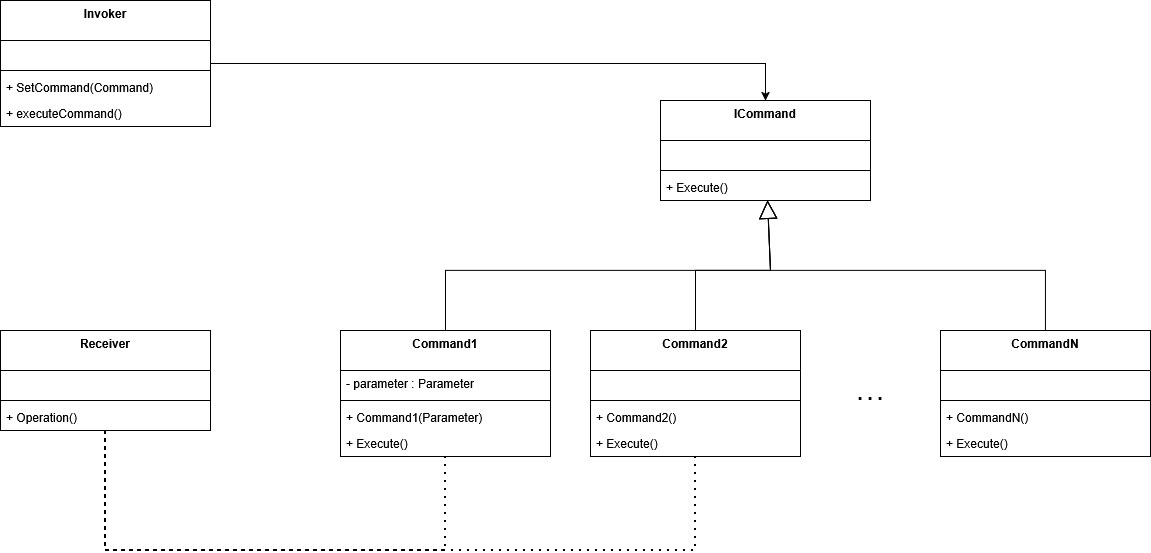
Earlier version of the draw.io export behaviour/resources/command_components.drawio.png (devgalop/design-patterns-csharp). Source tidied: cells renumbered, new cells last; positions are measured from the earlier drawing's top-left corner, leaving out a move shared by most shapes.
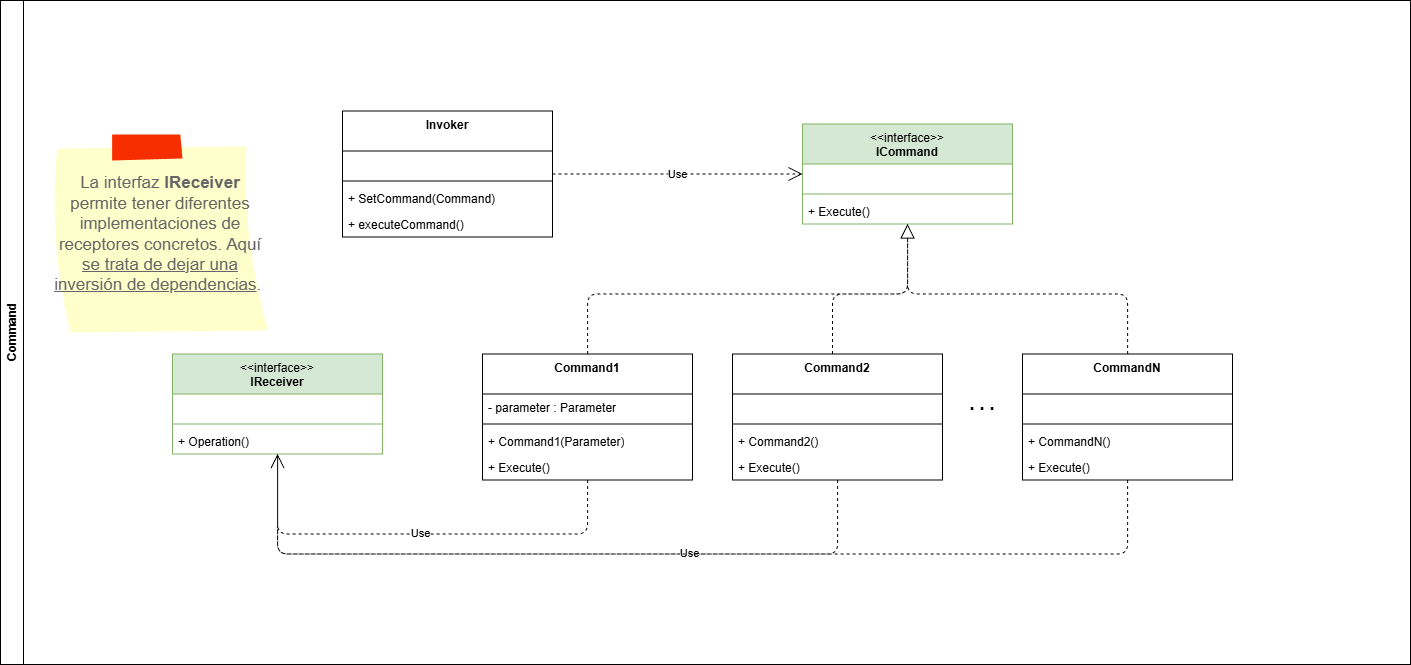
Above is the later version.

What changed in the source:
```diff
@@ -1,9 +1,12 @@
-<mxGraphModel>
+<mxGraphModel background="#ffffff">
   <root>
     <mxCell id="0" />
     <mxCell id="1" parent="0" />
+    <mxCell id="37" value="Command" style="swimlane;horizontal=0;whiteSpace=wrap;html=1;startSize=23;" parent="1" vertex="1">
+      <mxGeometry x="-400" y="-74" width="1410" height="664" as="geometry" />
+    </mxCell>
-    <mxCell id="2" value="Command1" style="swimlane;fontStyle=1;align=center;verticalAlign=top;horizontal=1;startSize=40;whiteSpace=wrap;html=1;" parent="1" vertex="1">
-      <mxGeometry x="340" y="330" width="210" height="126" as="geometry" />
+    <mxCell id="2" value="Command1" style="swimlane;fontStyle=1;align=center;verticalAlign=top;horizontal=1;startSize=40;whiteSpace=wrap;html=1;" parent="37" vertex="1">
+      <mxGeometry x="482" y="353.5" width="210" height="126" as="geometry" />
     </mxCell>
     <mxCell id="3" value="- parameter : Parameter" style="text;strokeColor=none;fillColor=none;align=left;verticalAlign=top;spacingLeft=4;spacingRight=4;overflow=hidden;whiteSpace=wrap;html=1;" parent="2" vertex="1">
       <mxGeometry y="40" width="210" height="26" as="geometry" />
@@ -17,8 +20,8 @@
     <mxCell id="6" value="&lt;div&gt;+ Execute()&lt;/div&gt;" style="text;strokeColor=none;fillColor=none;align=left;verticalAlign=top;spacingLeft=4;spacingRight=4;overflow=hidden;whiteSpace=wrap;html=1;" parent="2" vertex="1">
       <mxGeometry y="100" width="210" height="26" as="geometry" />
     </mxCell>
-    <mxCell id="7" value="ICommand" style="swimlane;fontStyle=1;align=center;verticalAlign=top;horizontal=1;startSize=40;whiteSpace=wrap;html=1;" parent="1" vertex="1">
-      <mxGeometry x="660" y="100" width="210" height="100" as="geometry" />
+    <mxCell id="7" value="&lt;span style=&quot;font-weight: normal;&quot;&gt;&amp;lt;&amp;lt;interface&amp;gt;&amp;gt;&lt;/span&gt;&lt;br&gt;ICommand" style="swimlane;fontStyle=1;align=center;verticalAlign=top;horizontal=1;startSize=40;whiteSpace=wrap;html=1;fillColor=#d5e8d4;strokeColor=#82b366;" parent="37" vertex="1">
+      <mxGeometry x="802" y="123.5" width="210" height="100" as="geometry" />
     </mxCell>
     <mxCell id="8" value="&amp;nbsp;" style="text;strokeColor=none;fillColor=none;align=left;verticalAlign=top;spacingLeft=4;spacingRight=4;overflow=hidden;whiteSpace=wrap;html=1;" parent="7" vertex="1">
       <mxGeometry y="40" width="210" height="26" as="geometry" />
@@ -29,24 +32,8 @@
     <mxCell id="10" value="+ Execute()" style="text;strokeColor=none;fillColor=none;align=left;verticalAlign=top;spacingLeft=4;spacingRight=4;overflow=hidden;whiteSpace=wrap;html=1;" parent="7" vertex="1">
       <mxGeometry y="74" width="210" height="26" as="geometry" />
     </mxCell>
-    <mxCell id="11" style="endArrow=block;endSize=16;endFill=0;html=1;rounded=0;" parent="1" edge="1" source="18" target="7">
-      <mxGeometry relative="1" as="geometry">
-        <Array as="points">
-          <mxPoint x="1045" y="270" />
-          <mxPoint x="770" y="270" />
-        </Array>
-      </mxGeometry>
-    </mxCell>
-    <mxCell id="12" style="endArrow=block;endSize=16;endFill=0;html=1;rounded=0;" parent="1" edge="1" source="2" target="7">
-      <mxGeometry relative="1" as="geometry">
-        <Array as="points">
-          <mxPoint x="445" y="270" />
-          <mxPoint x="770" y="270" />
-        </Array>
-      </mxGeometry>
-    </mxCell>
-    <mxCell id="13" value="Command2" style="swimlane;fontStyle=1;align=center;verticalAlign=top;horizontal=1;startSize=40;whiteSpace=wrap;html=1;" parent="1" vertex="1">
-      <mxGeometry x="590" y="330" width="210" height="126" as="geometry" />
+    <mxCell id="13" value="Command2" style="swimlane;fontStyle=1;align=center;verticalAlign=top;horizontal=1;startSize=40;whiteSpace=wrap;html=1;" parent="37" vertex="1">
+      <mxGeometry x="732" y="353.5" width="210" height="126" as="geometry" />
     </mxCell>
     <mxCell id="14" value="&amp;nbsp;" style="text;strokeColor=none;fillColor=none;align=left;verticalAlign=top;spacingLeft=4;spacingRight=4;overflow=hidden;whiteSpace=wrap;html=1;" parent="13" vertex="1">
       <mxGeometry y="40" width="210" height="26" as="geometry" />
@@ -60,8 +47,8 @@
     <mxCell id="17" value="&lt;div&gt;+ Execute()&lt;/div&gt;" style="text;strokeColor=none;fillColor=none;align=left;verticalAlign=top;spacingLeft=4;spacingRight=4;overflow=hidden;whiteSpace=wrap;html=1;" parent="13" vertex="1">
       <mxGeometry y="100" width="210" height="26" as="geometry" />
     </mxCell>
-    <mxCell id="18" value="CommandN" style="swimlane;fontStyle=1;align=center;verticalAlign=top;horizontal=1;startSize=40;whiteSpace=wrap;html=1;" parent="1" vertex="1">
-      <mxGeometry x="940" y="330" width="210" height="126" as="geometry" />
+    <mxCell id="18" value="CommandN" style="swimlane;fontStyle=1;align=center;verticalAlign=top;horizontal=1;startSize=40;whiteSpace=wrap;html=1;" parent="37" vertex="1">
+      <mxGeometry x="1022" y="353.5" width="210" height="126" as="geometry" />
     </mxCell>
     <mxCell id="19" value="&amp;nbsp;" style="text;strokeColor=none;fillColor=none;align=left;verticalAlign=top;spacingLeft=4;spacingRight=4;overflow=hidden;whiteSpace=wrap;html=1;" parent="18" vertex="1">
       <mxGeometry y="40" width="210" height="26" as="geometry" />
@@ -75,19 +62,11 @@
     <mxCell id="22" value="&lt;div&gt;+ Execute()&lt;/div&gt;" style="text;strokeColor=none;fillColor=none;align=left;verticalAlign=top;spacingLeft=4;spacingRight=4;overflow=hidden;whiteSpace=wrap;html=1;" parent="18" vertex="1">
       <mxGeometry y="100" width="210" height="26" as="geometry" />
     </mxCell>
-    <mxCell id="23" style="endArrow=block;endSize=16;endFill=0;html=1;rounded=0;" parent="1" edge="1" source="13" target="7">
-      <mxGeometry relative="1" as="geometry">
-        <Array as="points">
-          <mxPoint x="695" y="270" />
-          <mxPoint x="770" y="270" />
-        </Array>
-      </mxGeometry>
-    </mxCell>
-    <mxCell id="24" value="&lt;b&gt;&lt;font style=&quot;font-size: 18px;&quot;&gt;. . .&lt;/font&gt;&lt;/b&gt;" style="text;html=1;whiteSpace=wrap;strokeColor=none;fillColor=none;align=center;verticalAlign=middle;rounded=0;" parent="1" vertex="1">
-      <mxGeometry x="840" y="378" width="60" height="30" as="geometry" />
+    <mxCell id="24" value="&lt;b&gt;&lt;font style=&quot;font-size: 18px;&quot;&gt;. . .&lt;/font&gt;&lt;/b&gt;" style="text;html=1;whiteSpace=wrap;strokeColor=none;fillColor=none;align=center;verticalAlign=middle;rounded=0;" parent="37" vertex="1">
+      <mxGeometry x="952" y="388.5" width="60" height="30" as="geometry" />
     </mxCell>
-    <mxCell id="25" value="Invoker" style="swimlane;fontStyle=1;align=center;verticalAlign=top;horizontal=1;startSize=40;whiteSpace=wrap;html=1;" parent="1" vertex="1">
-      <mxGeometry width="210" height="126" as="geometry" />
+    <mxCell id="25" value="Invoker" style="swimlane;fontStyle=1;align=center;verticalAlign=top;horizontal=1;startSize=40;whiteSpace=wrap;html=1;" parent="37" vertex="1">
+      <mxGeometry x="342" y="110.5" width="210" height="126" as="geometry" />
     </mxCell>
     <mxCell id="26" value="&amp;nbsp;" style="text;strokeColor=none;fillColor=none;align=left;verticalAlign=top;spacingLeft=4;spacingRight=4;overflow=hidden;whiteSpace=wrap;html=1;" parent="25" vertex="1">
       <mxGeometry y="40" width="210" height="26" as="geometry" />
@@ -101,8 +80,8 @@
     <mxCell id="29" value="+ executeCommand()" style="text;strokeColor=none;fillColor=none;align=left;verticalAlign=top;spacingLeft=4;spacingRight=4;overflow=hidden;whiteSpace=wrap;html=1;" parent="25" vertex="1">
       <mxGeometry y="100" width="210" height="26" as="geometry" />
     </mxCell>
-    <mxCell id="30" value="Receiver" style="swimlane;fontStyle=1;align=center;verticalAlign=top;horizontal=1;startSize=40;whiteSpace=wrap;html=1;" parent="1" vertex="1">
-      <mxGeometry y="330" width="210" height="100" as="geometry" />
+    <mxCell id="30" value="&lt;span style=&quot;font-weight: normal;&quot;&gt;&amp;lt;&amp;lt;interface&amp;gt;&amp;gt;&lt;/span&gt;&lt;br&gt;IReceiver" style="swimlane;fontStyle=1;align=center;verticalAlign=top;horizontal=1;startSize=40;whiteSpace=wrap;html=1;fillColor=#d5e8d4;strokeColor=#82b366;" parent="37" vertex="1">
+      <mxGeometry x="172" y="353.5" width="210" height="100" as="geometry" />
     </mxCell>
     <mxCell id="31" value="&amp;nbsp;" style="text;strokeColor=none;fillColor=none;align=left;verticalAlign=top;spacingLeft=4;spacingRight=4;overflow=hidden;whiteSpace=wrap;html=1;" parent="30" vertex="1">
       <mxGeometry y="40" width="210" height="26" as="geometry" />
@@ -113,28 +92,59 @@
     <mxCell id="33" value="+ Operation()" style="text;strokeColor=none;fillColor=none;align=left;verticalAlign=top;spacingLeft=4;spacingRight=4;overflow=hidden;whiteSpace=wrap;html=1;" parent="30" vertex="1">
       <mxGeometry y="74" width="210" height="26" as="geometry" />
     </mxCell>
+    <mxCell id="38" value="Use" style="endArrow=open;endSize=12;dashed=1;html=1;edgeStyle=orthogonalEdgeStyle;" parent="37" edge="1" source="18" target="30">
+      <mxGeometry relative="1" as="geometry">
+        <Array as="points">
+          <mxPoint x="1127" y="553.5" />
+          <mxPoint x="277" y="553.5" />
+        </Array>
+      </mxGeometry>
+    </mxCell>
+    <mxCell id="12" style="endArrow=block;dashed=1;endFill=0;endSize=12;html=1;edgeStyle=orthogonalEdgeStyle;" parent="37" edge="1" source="2" target="7">
+      <mxGeometry relative="1" as="geometry">
+        <Array as="points">
+          <mxPoint x="587" y="293.5" />
+          <mxPoint x="907" y="293.5" />
+        </Array>
+      </mxGeometry>
+    </mxCell>
+    <mxCell id="23" style="endArrow=block;dashed=1;endFill=0;endSize=12;html=1;edgeStyle=orthogonalEdgeStyle;" parent="37" edge="1" source="13" target="7">
+      <mxGeometry relative="1" as="geometry">
+        <Array as="points">
+          <mxPoint x="832" y="293.5" />
+          <mxPoint x="907" y="293.5" />
+        </Array>
+      </mxGeometry>
+    </mxCell>
+    <mxCell id="11" style="endArrow=block;dashed=1;endFill=0;endSize=12;html=1;edgeStyle=orthogonalEdgeStyle;" parent="37" edge="1" source="18" target="7">
+      <mxGeometry relative="1" as="geometry">
+        <Array as="points">
+          <mxPoint x="1127" y="293.5" />
+          <mxPoint x="907" y="293.5" />
+        </Array>
+      </mxGeometry>
+    </mxCell>
-    <mxCell id="34" style="endArrow=classic;html=1;rounded=0;" parent="1" edge="1" source="25" target="7">
-      <mxGeometry relative="1" as="geometry">
-        <Array as="points">
-          <mxPoint x="765" y="63" />
-        </Array>
-      </mxGeometry>
+    <mxCell id="34" value="Use" style="endArrow=open;endSize=12;dashed=1;html=1;" parent="37" edge="1" source="25" target="7">
+      <mxGeometry relative="1" as="geometry" />
     </mxCell>
-    <mxCell id="35" style="endArrow=none;dashed=1;html=1;dashPattern=1 3;strokeWidth=2;rounded=0;" parent="1" edge="1" source="2" target="30">
+    <mxCell id="35" value="Use" style="endArrow=open;endSize=12;dashed=1;html=1;edgeStyle=orthogonalEdgeStyle;" parent="37" edge="1" source="2" target="30">
       <mxGeometry relative="1" as="geometry">
         <Array as="points">
-          <mxPoint x="445" y="550" />
-          <mxPoint x="105" y="550" />
+          <mxPoint x="587" y="533.5" />
+          <mxPoint x="277" y="533.5" />
         </Array>
       </mxGeometry>
     </mxCell>
-    <mxCell id="36" style="endArrow=none;dashed=1;html=1;dashPattern=1 3;strokeWidth=2;rounded=0;" parent="1" edge="1" source="13" target="30">
+    <mxCell id="36" style="endArrow=open;endSize=12;dashed=1;html=1;edgeStyle=orthogonalEdgeStyle;" parent="37" edge="1" source="13" target="30">
       <mxGeometry relative="1" as="geometry">
         <Array as="points">
-          <mxPoint x="695" y="550" />
-          <mxPoint x="105" y="550" />
+          <mxPoint x="837" y="553.5" />
+          <mxPoint x="277" y="553.5" />
         </Array>
       </mxGeometry>
     </mxCell>
+    <mxCell id="39" value="&lt;div style=&quot;&quot;&gt;&lt;span style=&quot;background-color: transparent;&quot;&gt;La interfaz &lt;/span&gt;&lt;b style=&quot;background-color: transparent;&quot;&gt;IReceiver &lt;/b&gt;&lt;span style=&quot;background-color: transparent;&quot;&gt;permite tener diferentes implementaciones de receptores concretos. Aquí &lt;/span&gt;&lt;u style=&quot;background-color: transparent;&quot;&gt;se trata de dejar una inversión de dependencias&lt;/u&gt;&lt;span style=&quot;background-color: transparent;&quot;&gt;.&lt;/span&gt;&lt;span style=&quot;background-color: transparent;&quot;&gt;&amp;nbsp;&lt;/span&gt;&lt;/div&gt;" style="strokeWidth=1;shadow=0;dashed=0;align=center;html=1;shape=mxgraph.mockup.text.stickyNote2;fontColor=#666666;mainText=;fontSize=17;whiteSpace=wrap;fillColor=#ffffcc;strokeColor=#F62E00;" parent="37" vertex="1">
+      <mxGeometry x="50" y="134" width="220" height="200" as="geometry" />
+    </mxCell>
   </root>
 </mxGraphModel>
```
